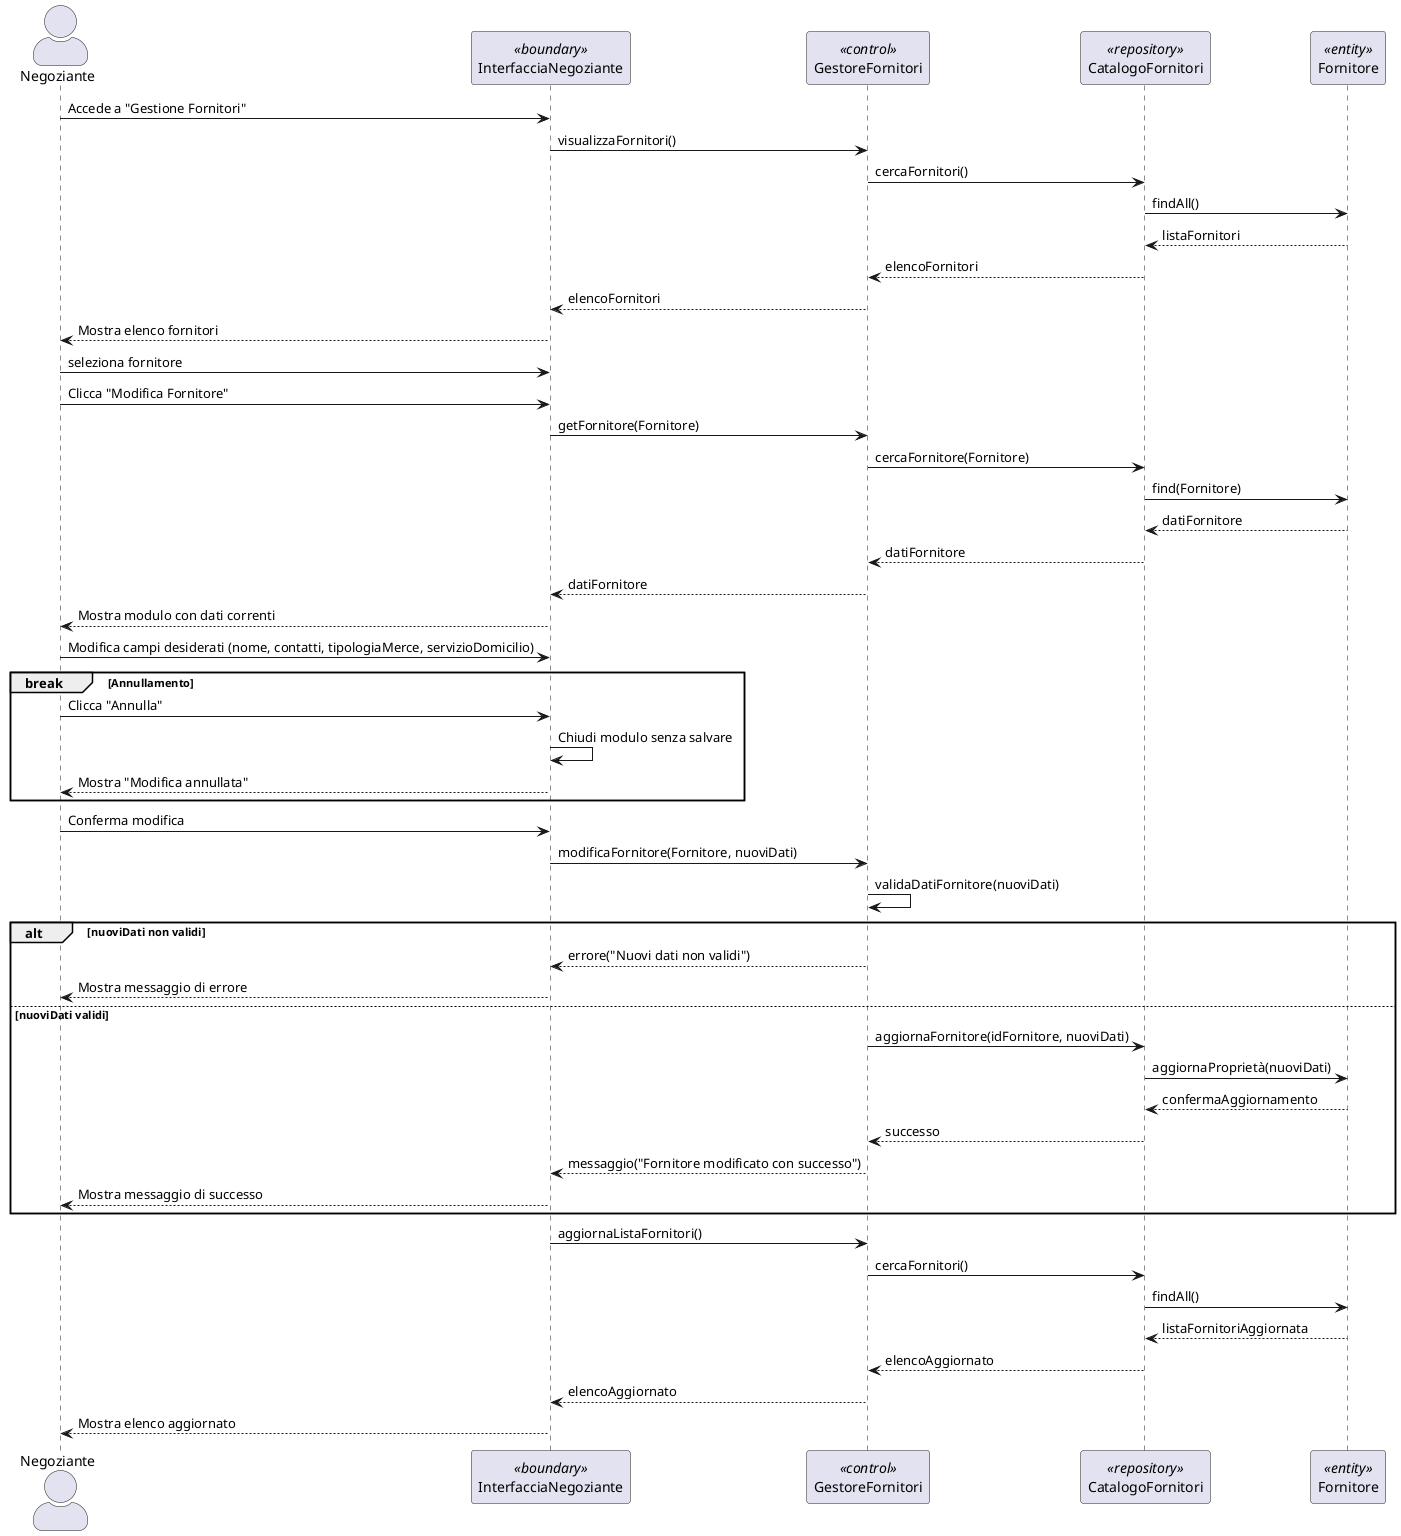
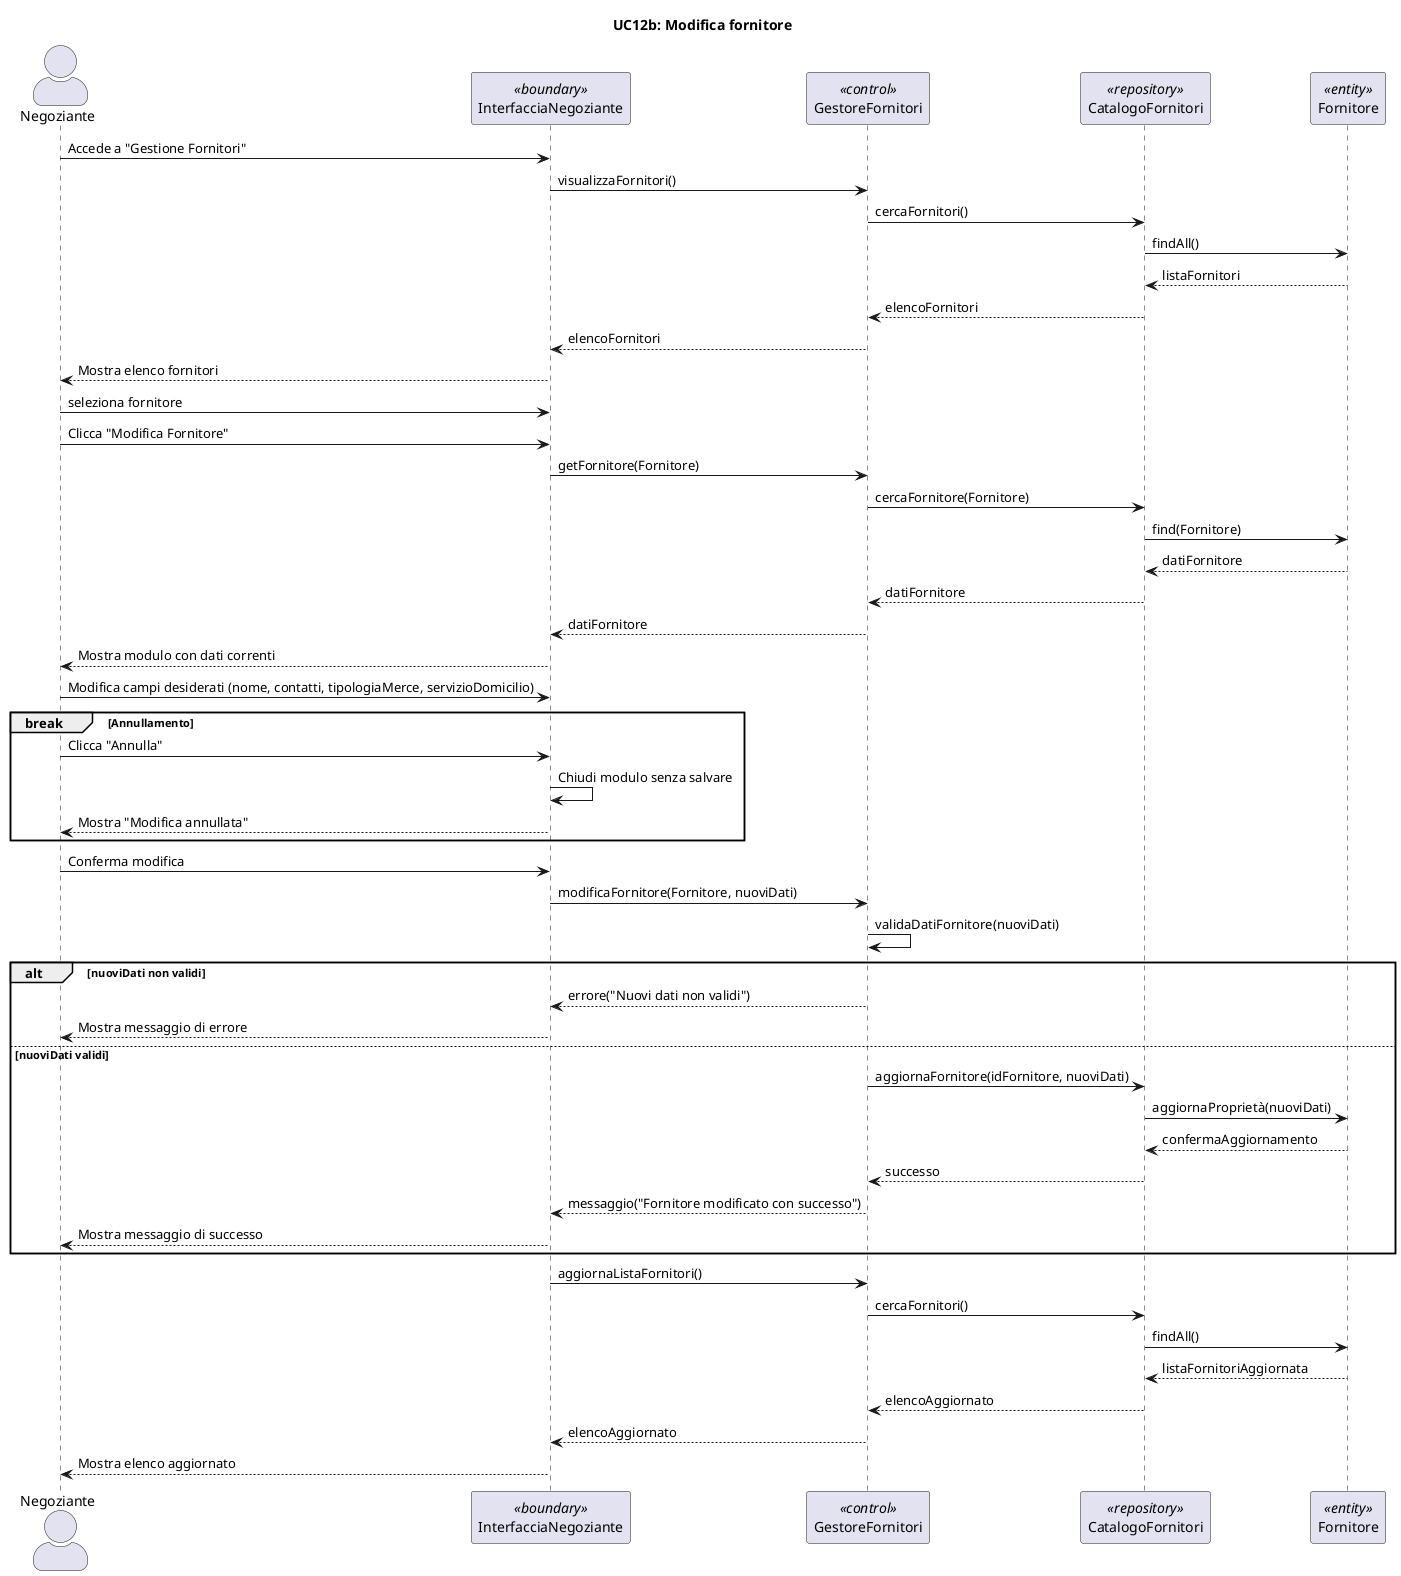
@startuml
+ title UC12b: Modifica fornitore
skinparam actorStyle awesome

actor "Negoziante" as N
participant "InterfacciaNegoziante" as IN <<boundary>>
participant "GestoreFornitori" as G <<control>>
participant "CatalogoFornitori" as CF <<repository>>
participant "Fornitore" as F <<entity>>

N -> IN: Accede a "Gestione Fornitori"
IN -> G: visualizzaFornitori()
G -> CF: cercaFornitori()
CF -> F: findAll()
F --> CF: listaFornitori
CF --> G: elencoFornitori
G --> IN: elencoFornitori
IN --> N: Mostra elenco fornitori

N -> IN: seleziona fornitore
N -> IN: Clicca "Modifica Fornitore"

IN -> G: getFornitore(Fornitore)
G -> CF: cercaFornitore(Fornitore)
CF -> F: find(Fornitore)
F --> CF: datiFornitore
CF --> G: datiFornitore
G --> IN: datiFornitore
IN --> N: Mostra modulo con dati correnti

N -> IN: Modifica campi desiderati (nome, contatti, tipologiaMerce, servizioDomicilio)

break Annullamento
    N -> IN: Clicca "Annulla"
    IN -> IN: Chiudi modulo senza salvare
    IN --> N: Mostra "Modifica annullata"
end

N -> IN: Conferma modifica
IN -> G: modificaFornitore(Fornitore, nuoviDati)
G -> G: validaDatiFornitore(nuoviDati)

alt nuoviDati non validi
    G --> IN: errore("Nuovi dati non validi")
    IN --> N: Mostra messaggio di errore

else nuoviDati validi
    G -> CF: aggiornaFornitore(idFornitore, nuoviDati)
    CF -> F: aggiornaProprietà(nuoviDati)
    F --> CF: confermaAggiornamento
    CF --> G: successo
    G --> IN: messaggio("Fornitore modificato con successo")
    IN --> N: Mostra messaggio di successo

end
    IN -> G: aggiornaListaFornitori()
    G -> CF: cercaFornitori()
    CF -> F: findAll()
    F --> CF: listaFornitoriAggiornata
    CF --> G: elencoAggiornato
    G --> IN: elencoAggiornato
    IN --> N: Mostra elenco aggiornato

@enduml